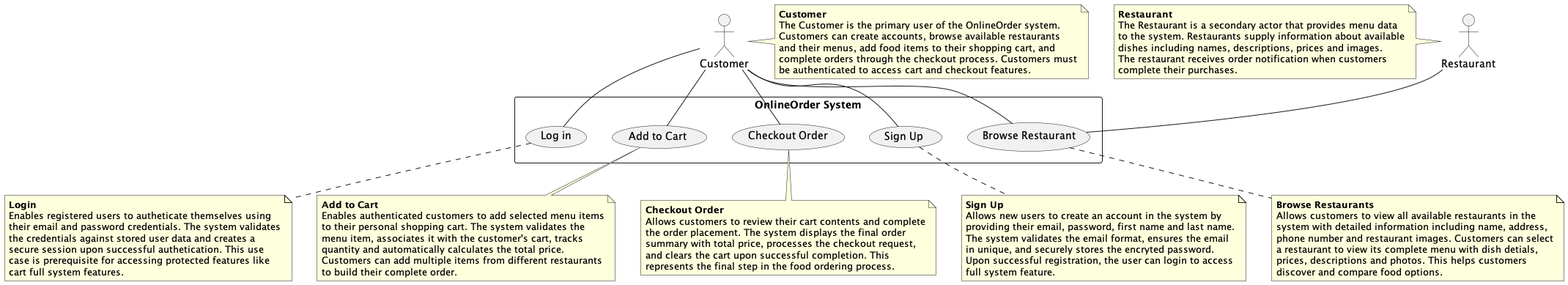
Before: Requirements/Use Case/usecase_for_project.png, a diagram exported from PlantUML (nongxu/CSCI_6234_Spring_2026_G02).
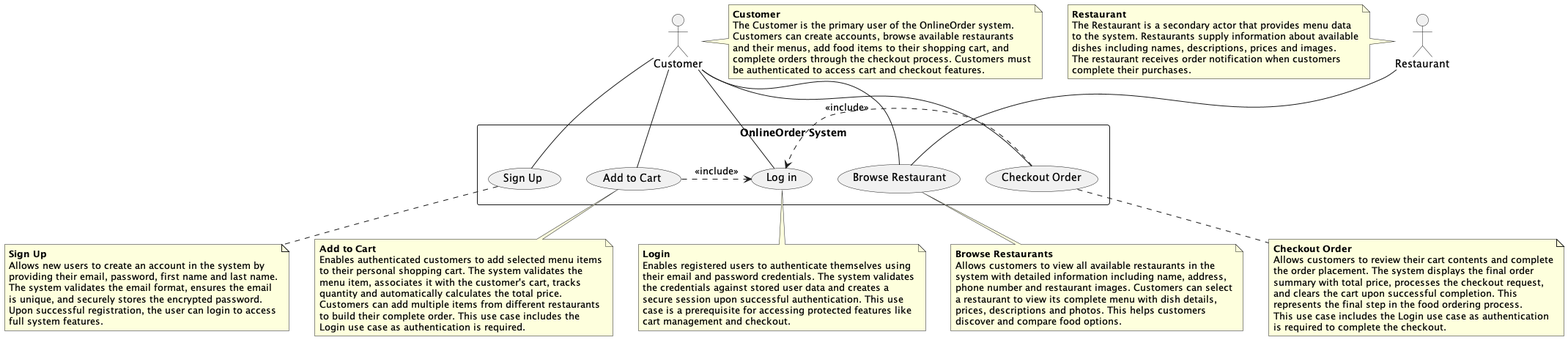
Above is the later version.

Diff of the diagram source:
```diff
@@ -18,6 +18,10 @@
 customer -- addcart
 
 restaurant -- browse
+
+addcart .> login : <<include>>
+
+checkout .> login : <<include>>
 
 note right of customer
 **Customer**
@@ -42,19 +46,19 @@
 Allows new users to create an account in the system by
 providing their email, password, first name and last name.
 The system validates the email format, ensures the email
-in unique, and securely stores the encryted password.
+is unique, and securely stores the encrypted password.
 Upon successful registration, the user can login to access
-full system feature.
+full system features.
 end note
 
 note bottom of login
 **Login**
-Enables registered users to autheticate themselves using
+Enables registered users to authenticate themselves using
 their email and password credentials. The system validates
 the credentials against stored user data and creates a
-secure session upon successful authetication. This use
-case is prerequisite for accessing protected features like
-cart full system features.
+secure session upon successful authentication. This use
+case is a prerequisite for accessing protected features like
+cart management and checkout.
 end note
 
 note bottom of browse
@@ -62,7 +66,7 @@
 Allows customers to view all available restaurants in the
 system with detailed information including name, address,
 phone number and restaurant images. Customers can select
-a restaurant to view its complete menu with dish detials,
+a restaurant to view its complete menu with dish details,
 prices, descriptions and photos. This helps customers
 discover and compare food options.
 end note
@@ -74,7 +78,8 @@
 menu item, associates it with the customer's cart, tracks
 quantity and automatically calculates the total price.
 Customers can add multiple items from different restaurants
-to build their complete order.
+to build their complete order. This use case includes the
+Login use case as authentication is required.
 end note
 
 note bottom of checkout
@@ -84,6 +89,8 @@
 summary with total price, processes the checkout request,
 and clears the cart upon successful completion. This
 represents the final step in the food ordering process.
+This use case includes the Login use case as authentication
+is required to complete the checkout.
 end note
 
 @enduml
```
